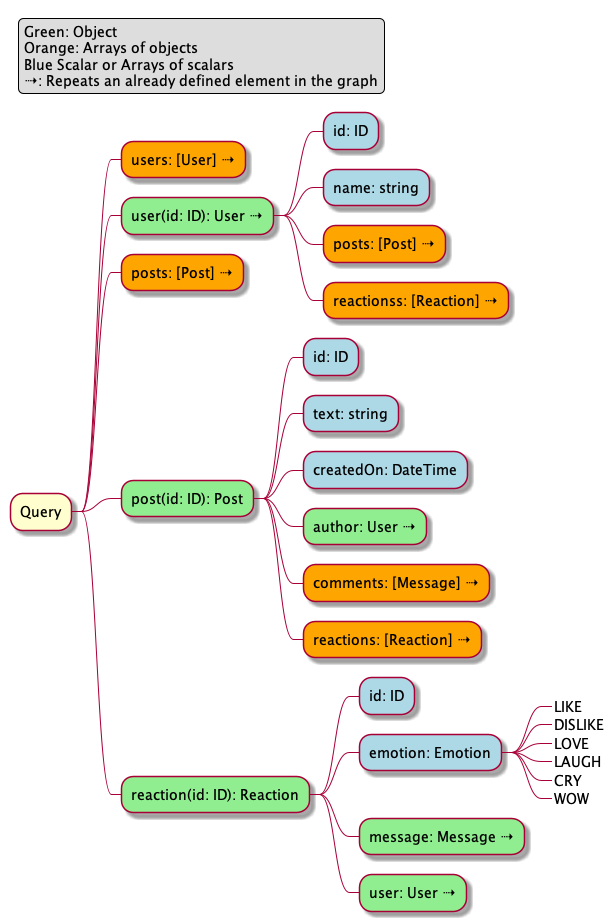
The PlantUML diagram out/schema_query/schema_query-1.png in Adeynack/graphql_examples, before a commit.
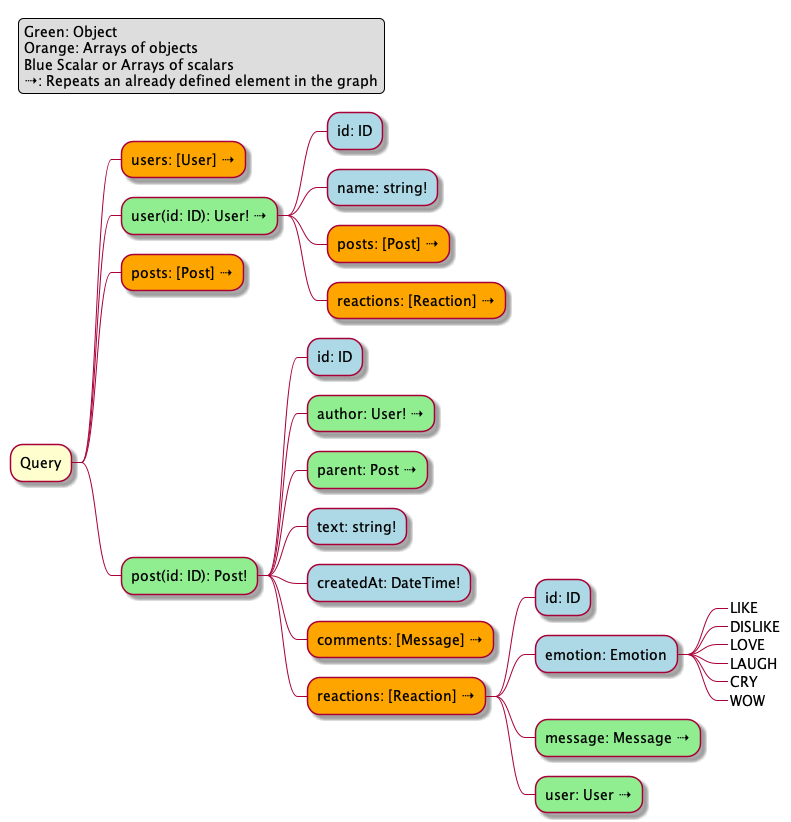
After the change.

The edit, as a diff of the source:
```diff
@@ -2,30 +2,30 @@
 
 * Query
 **[#orange] users: [User] ⇢
-**[#lightgreen] user(id: ID): User ⇢
+**[#lightgreen] user(id: ID): User! ⇢
 ***[#lightblue] id: ID
-***[#lightblue] name: string
+***[#lightblue] name: string!
 ***[#orange] posts: [Post] ⇢
-***[#orange] reactionss: [Reaction] ⇢
+***[#orange] reactions: [Reaction] ⇢
 **[#orange] posts: [Post] ⇢
-**[#lightgreen] post(id: ID): Post
+**[#lightgreen] post(id: ID): Post!
 ***[#lightblue] id: ID
-***[#lightblue] text: string
-***[#lightblue] createdOn: DateTime
-***[#lightgreen] author: User ⇢
+***[#lightgreen] author: User! ⇢
+***[#lightgreen] parent: Post ⇢
+***[#lightblue] text: string!
+***[#lightblue] createdAt: DateTime!
 ***[#orange] comments: [Message] ⇢
 ***[#orange] reactions: [Reaction] ⇢
-**[#lightgreen] reaction(id: ID): Reaction
-***[#lightblue] id: ID
-***[#lightblue] emotion: Emotion
-****_ LIKE
-****_ DISLIKE
-****_ LOVE
-****_ LAUGH
-****_ CRY
-****_ WOW
-***[#lightgreen] message: Message ⇢
-***[#lightgreen] user: User ⇢
+****[#lightblue] id: ID
+****[#lightblue] emotion: Emotion
+*****_ LIKE
+*****_ DISLIKE
+*****_ LOVE
+*****_ LAUGH
+*****_ CRY
+*****_ WOW
+****[#lightgreen] message: Message ⇢
+****[#lightgreen] user: User ⇢
 
 legend top left
   Green: Object
```
